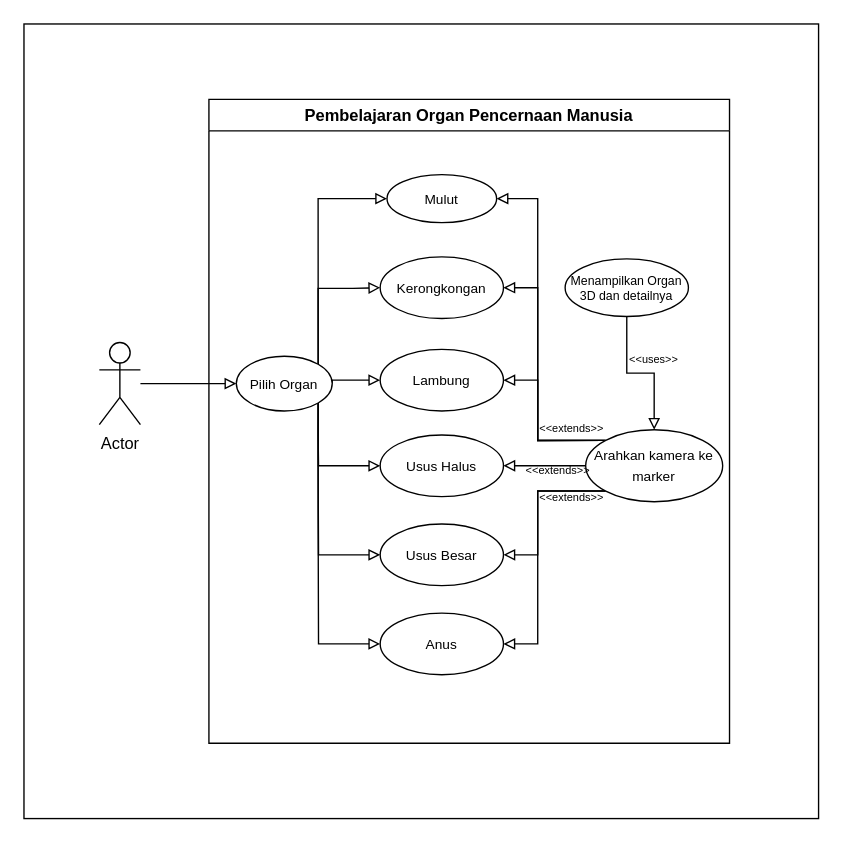
This is page "Page-2" (2 of 4) of Flowchart penelitian.drawio from matakridha/Teori_WEB, a draw.io file, before an edit. Source tidied: cells renumbered, new cells numbered last; positions are measured from the earlier drawing's top-left corner, leaving out a move shared by most shapes. Both pictures are drawn from the tidied source at 137%, with x=0, y=0 at pixel (23, 23).
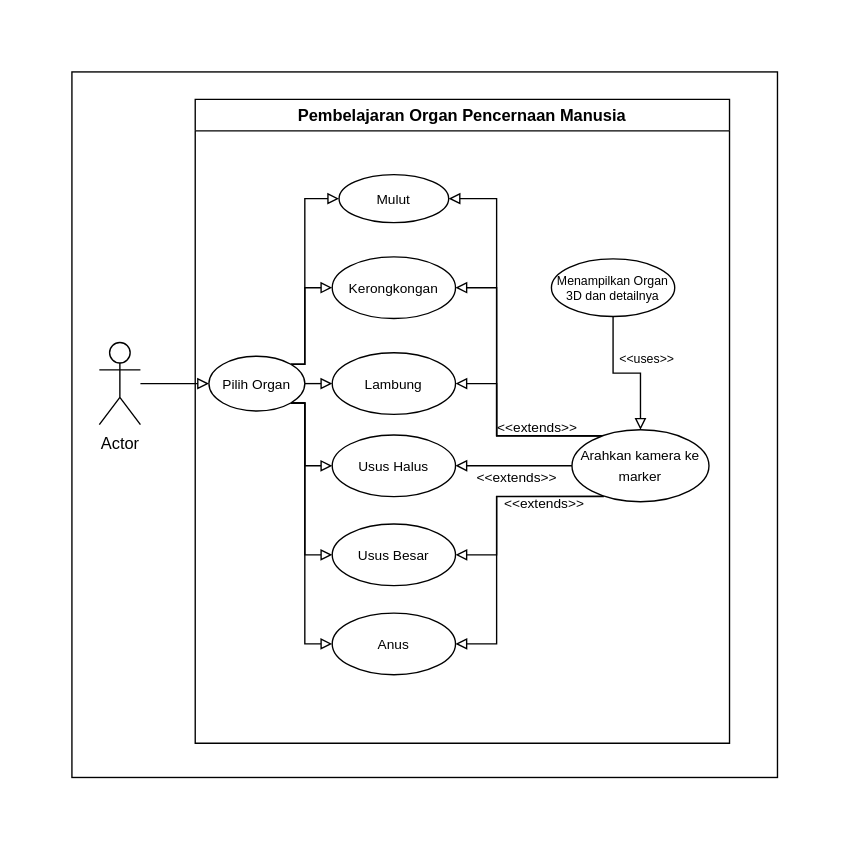
Above is the later version.

The change refers to these unchanged cells:
```xml
<mxCell id="25" value="&lt;font style=&quot;font-size: 10px&quot;&gt;Arahkan kamera ke marker&lt;/font&gt;" style="ellipse;whiteSpace=wrap;html=1;" parent="5" vertex="1">
  <mxGeometry x="275" y="241.2" width="100" height="52.5" as="geometry" />
</mxCell>
<mxCell id="28" value="&lt;font style=&quot;font-size: 9px&quot;&gt;Menampilkan Organ 3D dan detailnya&lt;/font&gt;" style="ellipse;whiteSpace=wrap;html=1;fontSize=8;" parent="5" vertex="1">
  <mxGeometry x="260" y="116.5" width="90" height="42" as="geometry" />
</mxCell>
```

Diff of the diagram source:
```diff
@@
     <mxCell id="2" style="whiteSpace=wrap;html=1;" parent="1" vertex="1">
-      <mxGeometry width="580" height="580" as="geometry" />
+      <mxGeometry x="35" y="35" width="515" height="515" as="geometry" />
     </mxCell>
@@
     <mxCell id="5" value="Pembelajaran Organ Pencernaan Manusia" style="swimlane;" parent="1" vertex="1">
-      <mxGeometry x="135" y="55" width="380" height="470" as="geometry" />
+      <mxGeometry x="125" y="55" width="390" height="470" as="geometry" />
     </mxCell>
@@
-    <mxCell id="7" style="edgeStyle=orthogonalEdgeStyle;rounded=0;jettySize=auto;html=1;exitX=1;exitY=0;exitDx=0;exitDy=0;entryX=0;entryY=0.5;entryDx=0;entryDy=0;endArrow=block;endFill=0;" parent="5" edge="1" source="12" target="14">
+    <mxCell id="7" style="edgeStyle=orthogonalEdgeStyle;rounded=0;jettySize=auto;html=1;entryX=0;entryY=0.5;entryDx=0;entryDy=0;endArrow=block;endFill=0;exitX=1;exitY=0;exitDx=0;exitDy=0;" parent="5" edge="1" source="12" target="14">
       <mxGeometry relative="1" as="geometry">
         <Array as="points">
+          <mxPoint x="80" y="193" />
           <mxPoint x="80" y="138" />
-          <mxPoint x="105" y="138" />
         </Array>
       </mxGeometry>
     </mxCell>
     <mxCell id="8" style="edgeStyle=orthogonalEdgeStyle;rounded=0;jettySize=auto;html=1;exitX=1;exitY=0.5;exitDx=0;exitDy=0;entryX=0;entryY=0.5;entryDx=0;entryDy=0;endArrow=block;endFill=0;" parent="5" edge="1" source="12" target="15">
       <mxGeometry relative="1" as="geometry">
         <Array as="points">
-          <mxPoint x="90" y="205" />
+          <mxPoint x="80" y="208" />
+          <mxPoint x="80" y="208" />
         </Array>
       </mxGeometry>
     </mxCell>
@@
     <mxCell id="12" value="&lt;font style=&quot;font-size: 10px&quot;&gt;Pilih Organ&lt;/font&gt;" style="ellipse;whiteSpace=wrap;html=1;" parent="5" vertex="1">
-      <mxGeometry x="20" y="187.5" width="70" height="40" as="geometry" />
+      <mxGeometry x="10" y="187.5" width="70" height="40" as="geometry" />
     </mxCell>
     <mxCell id="13" value="&lt;font style=&quot;font-size: 10px&quot;&gt;Mulut&lt;/font&gt;" style="ellipse;whiteSpace=wrap;html=1;" parent="5" vertex="1">
-      <mxGeometry x="130" y="55" width="80" height="35" as="geometry" />
+      <mxGeometry x="105" y="55" width="80" height="35" as="geometry" />
     </mxCell>
     <mxCell id="14" value="&lt;font style=&quot;font-size: 10px&quot;&gt;Kerongkongan&lt;/font&gt;" style="ellipse;whiteSpace=wrap;html=1;" parent="5" vertex="1">
-      <mxGeometry x="125" y="115" width="90" height="45" as="geometry" />
+      <mxGeometry x="100" y="115" width="90" height="45" as="geometry" />
     </mxCell>
     <mxCell id="15" value="&lt;font style=&quot;font-size: 10px&quot;&gt;Lambung&lt;/font&gt;" style="ellipse;whiteSpace=wrap;html=1;" parent="5" vertex="1">
-      <mxGeometry x="125" y="182.5" width="90" height="45" as="geometry" />
+      <mxGeometry x="100" y="185" width="90" height="45" as="geometry" />
     </mxCell>
     <mxCell id="16" value="&lt;font style=&quot;font-size: 10px&quot;&gt;Usus Halus&lt;/font&gt;" style="ellipse;whiteSpace=wrap;html=1;" parent="5" vertex="1">
-      <mxGeometry x="125" y="245" width="90" height="45" as="geometry" />
+      <mxGeometry x="100" y="245" width="90" height="45" as="geometry" />
     </mxCell>
     <mxCell id="17" value="&lt;font style=&quot;font-size: 10px&quot;&gt;Usus Besar&lt;/font&gt;" style="ellipse;whiteSpace=wrap;html=1;" parent="5" vertex="1">
-      <mxGeometry x="125" y="310" width="90" height="45" as="geometry" />
+      <mxGeometry x="100" y="310" width="90" height="45" as="geometry" />
     </mxCell>
     <mxCell id="18" value="&lt;font style=&quot;font-size: 10px&quot;&gt;Anus&lt;/font&gt;" style="ellipse;whiteSpace=wrap;html=1;" parent="5" vertex="1">
-      <mxGeometry x="125" y="375" width="90" height="45" as="geometry" />
+      <mxGeometry x="100" y="375" width="90" height="45" as="geometry" />
     </mxCell>
-    <mxCell id="19" style="edgeStyle=orthogonalEdgeStyle;rounded=0;jettySize=auto;html=1;exitX=0;exitY=0;exitDx=0;exitDy=0;entryX=1;entryY=0.5;entryDx=0;entryDy=0;endArrow=block;endFill=0;" parent="5" edge="1" source="25" target="13">
+    <mxCell id="19" style="edgeStyle=orthogonalEdgeStyle;rounded=0;jettySize=auto;html=1;exitX=0.217;exitY=0.083;exitDx=0;exitDy=0;entryX=1;entryY=0.5;entryDx=0;entryDy=0;endArrow=block;endFill=0;exitPerimeter=0;" parent="5" edge="1" source="25" target="13">
       <mxGeometry relative="1" as="geometry">
         <Array as="points">
-          <mxPoint x="240" y="249" />
-          <mxPoint x="240" y="73" />
+          <mxPoint x="220" y="246" />
+          <mxPoint x="220" y="73" />
         </Array>
       </mxGeometry>
     </mxCell>
-    <mxCell id="20" style="edgeStyle=orthogonalEdgeStyle;rounded=0;jettySize=auto;html=1;exitX=0;exitY=0;exitDx=0;exitDy=0;entryX=1;entryY=0.5;entryDx=0;entryDy=0;endArrow=block;endFill=0;" parent="5" edge="1" source="25" target="14">
+    <mxCell id="20" style="edgeStyle=orthogonalEdgeStyle;rounded=0;jettySize=auto;html=1;exitX=0.218;exitY=0.086;exitDx=0;exitDy=0;entryX=1;entryY=0.5;entryDx=0;entryDy=0;endArrow=block;endFill=0;exitPerimeter=0;" parent="5" edge="1" source="25" target="14">
       <mxGeometry relative="1" as="geometry">
         <Array as="points">
-          <mxPoint x="240" y="249" />
-          <mxPoint x="240" y="138" />
+          <mxPoint x="220" y="246" />
+          <mxPoint x="220" y="138" />
         </Array>
       </mxGeometry>
     </mxCell>
@@
-    <mxCell id="22" style="edgeStyle=orthogonalEdgeStyle;rounded=0;jettySize=auto;html=1;exitX=0;exitY=0;exitDx=0;exitDy=0;entryX=1;entryY=0.5;entryDx=0;entryDy=0;endArrow=block;endFill=0;" parent="5" edge="1" source="25" target="15">
+    <mxCell id="22" style="edgeStyle=orthogonalEdgeStyle;rounded=0;jettySize=auto;html=1;exitX=0.217;exitY=0.081;exitDx=0;exitDy=0;entryX=1;entryY=0.5;entryDx=0;entryDy=0;endArrow=block;endFill=0;exitPerimeter=0;" parent="5" edge="1" source="25" target="15">
       <mxGeometry relative="1" as="geometry">
         <Array as="points">
-          <mxPoint x="240" y="249" />
-          <mxPoint x="240" y="205" />
+          <mxPoint x="220" y="246" />
+          <mxPoint x="220" y="208" />
         </Array>
       </mxGeometry>
     </mxCell>
-    <mxCell id="23" style="edgeStyle=orthogonalEdgeStyle;rounded=0;jettySize=auto;html=1;exitX=0;exitY=1;exitDx=0;exitDy=0;entryX=1;entryY=0.5;entryDx=0;entryDy=0;endArrow=block;endFill=0;" parent="5" edge="1" source="25" target="17">
+    <mxCell id="23" style="edgeStyle=orthogonalEdgeStyle;rounded=0;jettySize=auto;html=1;exitX=0.233;exitY=0.93;exitDx=0;exitDy=0;entryX=1;entryY=0.5;entryDx=0;entryDy=0;endArrow=block;endFill=0;exitPerimeter=0;" parent="5" edge="1" source="25" target="17">
       <mxGeometry relative="1" as="geometry">
         <Array as="points">
-          <mxPoint x="240" y="286" />
-          <mxPoint x="240" y="333" />
+          <mxPoint x="220" y="290" />
+          <mxPoint x="220" y="333" />
         </Array>
       </mxGeometry>
     </mxCell>
-    <mxCell id="24" style="edgeStyle=orthogonalEdgeStyle;rounded=0;jettySize=auto;html=1;exitX=0;exitY=1;exitDx=0;exitDy=0;entryX=1;entryY=0.5;entryDx=0;entryDy=0;endArrow=block;endFill=0;" parent="5" edge="1" source="25" target="18">
+    <mxCell id="24" style="edgeStyle=orthogonalEdgeStyle;rounded=0;jettySize=auto;html=1;exitX=0.233;exitY=0.925;exitDx=0;exitDy=0;entryX=1;entryY=0.5;entryDx=0;entryDy=0;endArrow=block;endFill=0;exitPerimeter=0;" parent="5" edge="1" source="25" target="18">
       <mxGeometry relative="1" as="geometry">
         <Array as="points">
-          <mxPoint x="240" y="286" />
-          <mxPoint x="240" y="398" />
+          <mxPoint x="220" y="290" />
+          <mxPoint x="220" y="398" />
         </Array>
       </mxGeometry>
     </mxCell>
@@
-    <mxCell id="26" value="&lt;font style=&quot;font-size: 8px&quot;&gt;&amp;lt;&amp;lt;extends&amp;gt;&amp;gt;&lt;/font&gt;" style="text;html=1;strokeColor=none;fillColor=none;align=center;verticalAlign=middle;whiteSpace=wrap;rounded=0;" parent="5" vertex="1">
-      <mxGeometry x="240" y="227.5" width="50" height="22.5" as="geometry" />
+    <mxCell id="26" value="&lt;font style=&quot;font-size: 10px&quot;&gt;&amp;lt;&amp;lt;extends&amp;gt;&amp;gt;&lt;/font&gt;" style="text;html=1;strokeColor=none;fillColor=none;align=center;verticalAlign=middle;whiteSpace=wrap;rounded=0;fontSize=12;" parent="5" vertex="1">
+      <mxGeometry x="225" y="227.5" width="50" height="22.5" as="geometry" />
     </mxCell>
-    <mxCell id="27" style="edgeStyle=orthogonalEdgeStyle;rounded=0;jettySize=auto;html=1;entryX=0.5;entryY=0;entryDx=0;entryDy=0;fontSize=9;endArrow=block;endFill=0;" parent="5" edge="1" source="28" target="25">
+    <mxCell id="27" style="edgeStyle=orthogonalEdgeStyle;rounded=0;jettySize=auto;html=1;fontSize=9;endArrow=block;endFill=0;" parent="5" edge="1" source="28" target="25">
       <mxGeometry relative="1" as="geometry" />
     </mxCell>
@@
-    <mxCell id="29" value="&lt;font style=&quot;font-size: 8px&quot;&gt;&amp;lt;&amp;lt;extends&amp;gt;&amp;gt;&lt;/font&gt;" style="text;html=1;strokeColor=none;fillColor=none;align=center;verticalAlign=middle;whiteSpace=wrap;rounded=0;" parent="1" vertex="1">
-      <mxGeometry x="365" y="310" width="50" height="30" as="geometry" />
+    <mxCell id="29" value="&lt;font style=&quot;font-size: 10px&quot;&gt;&amp;lt;&amp;lt;extends&amp;gt;&amp;gt;&lt;/font&gt;" style="text;html=1;strokeColor=none;fillColor=none;align=center;verticalAlign=bottom;whiteSpace=wrap;rounded=0;" parent="5" vertex="1">
+      <mxGeometry x="210" y="270" width="50" height="15" as="geometry" />
     </mxCell>
-    <mxCell id="30" value="&lt;font style=&quot;font-size: 8px&quot;&gt;&amp;lt;&amp;lt;extends&amp;gt;&amp;gt;&lt;/font&gt;" style="text;html=1;strokeColor=none;fillColor=none;align=center;verticalAlign=middle;whiteSpace=wrap;rounded=0;" parent="1" vertex="1">
-      <mxGeometry x="375" y="330" width="50" height="30" as="geometry" />
+    <mxCell id="30" value="&lt;font style=&quot;font-size: 10px&quot;&gt;&amp;lt;&amp;lt;extends&amp;gt;&amp;gt;&lt;/font&gt;" style="text;html=1;strokeColor=none;fillColor=none;align=center;verticalAlign=middle;whiteSpace=wrap;rounded=0;" parent="1" vertex="1">
+      <mxGeometry x="355" y="340" width="50" height="20" as="geometry" />
     </mxCell>
-    <mxCell id="31" value="&lt;font style=&quot;font-size: 8px&quot;&gt;&amp;lt;&amp;lt;uses&amp;gt;&amp;gt;&lt;/font&gt;" style="text;html=1;strokeColor=none;fillColor=none;align=center;verticalAlign=middle;whiteSpace=wrap;rounded=0;" parent="1" vertex="1">
-      <mxGeometry x="435" y="232.5" width="50" height="22.5" as="geometry" />
+    <mxCell id="31" value="&lt;font style=&quot;font-size: 9px&quot;&gt;&amp;lt;&amp;lt;uses&amp;gt;&amp;gt;&lt;/font&gt;" style="text;html=1;strokeColor=none;fillColor=none;align=center;verticalAlign=middle;whiteSpace=wrap;rounded=0;" parent="1" vertex="1">
+      <mxGeometry x="425" y="232.5" width="60" height="22.5" as="geometry" />
     </mxCell>
```
